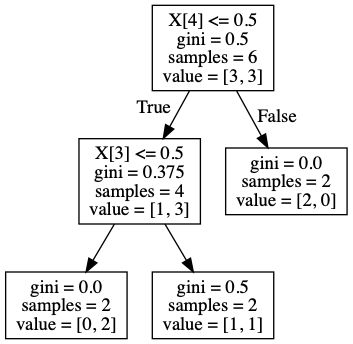
The Graphviz diagram tree2.png in kjmj/ai-decision-tree, before a commit. Its source is kept beside it as tree2.dot. Its diagram source:
```dot
digraph Tree {
node [shape=box] ;
0 [label="X[4] <= 0.5\ngini = 0.5\nsamples = 6\nvalue = [3, 3]"] ;
1 [label="X[3] <= 0.5\ngini = 0.375\nsamples = 4\nvalue = [1, 3]"] ;
0 -> 1 [labeldistance=2.5, labelangle=45, headlabel="True"] ;
2 [label="gini = 0.0\nsamples = 2\nvalue = [0, 2]"] ;
1 -> 2 ;
3 [label="gini = 0.5\nsamples = 2\nvalue = [1, 1]"] ;
1 -> 3 ;
4 [label="gini = 0.0\nsamples = 2\nvalue = [2, 0]"] ;
0 -> 4 [labeldistance=2.5, labelangle=-45, headlabel="False"] ;
}
```
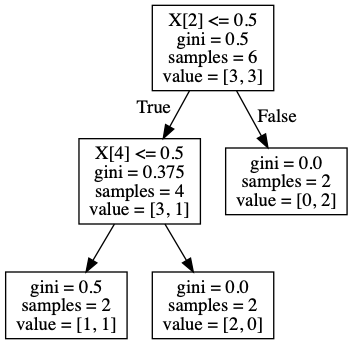
The same file after the commit.

The edit, as a diff of the source:
```diff
@@ -1,12 +1,12 @@
 digraph Tree {
 node [shape=box] ;
-0 [label="X[4] <= 0.5\ngini = 0.5\nsamples = 6\nvalue = [3, 3]"] ;
-1 [label="X[3] <= 0.5\ngini = 0.375\nsamples = 4\nvalue = [1, 3]"] ;
+0 [label="X[2] <= 0.5\ngini = 0.5\nsamples = 6\nvalue = [3, 3]"] ;
+1 [label="X[4] <= 0.5\ngini = 0.375\nsamples = 4\nvalue = [3, 1]"] ;
 0 -> 1 [labeldistance=2.5, labelangle=45, headlabel="True"] ;
-2 [label="gini = 0.0\nsamples = 2\nvalue = [0, 2]"] ;
+2 [label="gini = 0.5\nsamples = 2\nvalue = [1, 1]"] ;
 1 -> 2 ;
-3 [label="gini = 0.5\nsamples = 2\nvalue = [1, 1]"] ;
+3 [label="gini = 0.0\nsamples = 2\nvalue = [2, 0]"] ;
 1 -> 3 ;
-4 [label="gini = 0.0\nsamples = 2\nvalue = [2, 0]"] ;
+4 [label="gini = 0.0\nsamples = 2\nvalue = [0, 2]"] ;
 0 -> 4 [labeldistance=2.5, labelangle=-45, headlabel="False"] ;
 }
```
